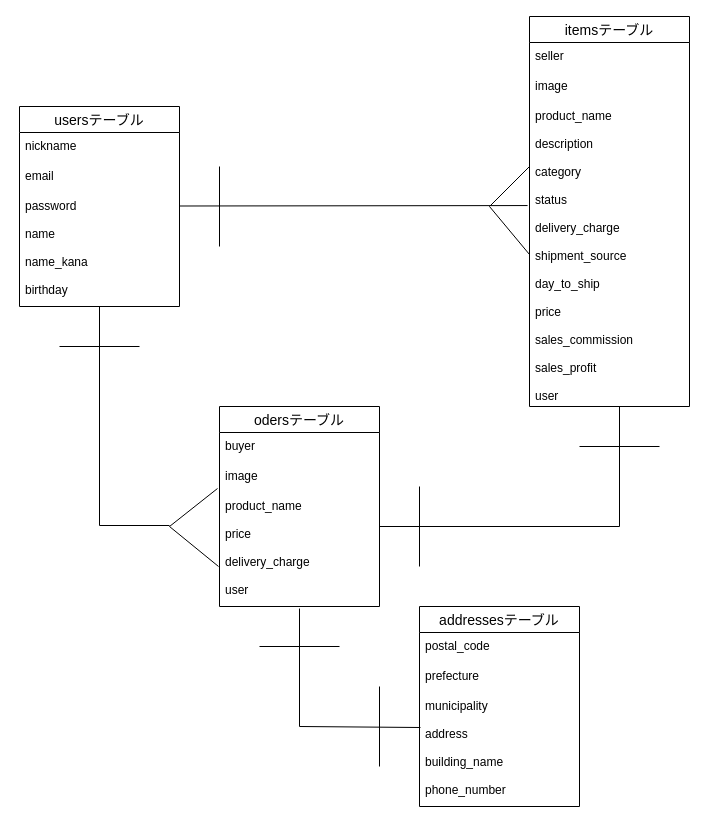
mizuha1230/furima-34287 keeps this draw.io diagram as furima.dio. Above is the earlier version. Source tidied: cells renumbered, new cells numbered last; positions are measured from the earlier drawing's top-left corner, leaving out a move shared by most shapes. Both pictures are drawn from the tidied source at 100%, with x=0, y=0 at pixel (19, 16).
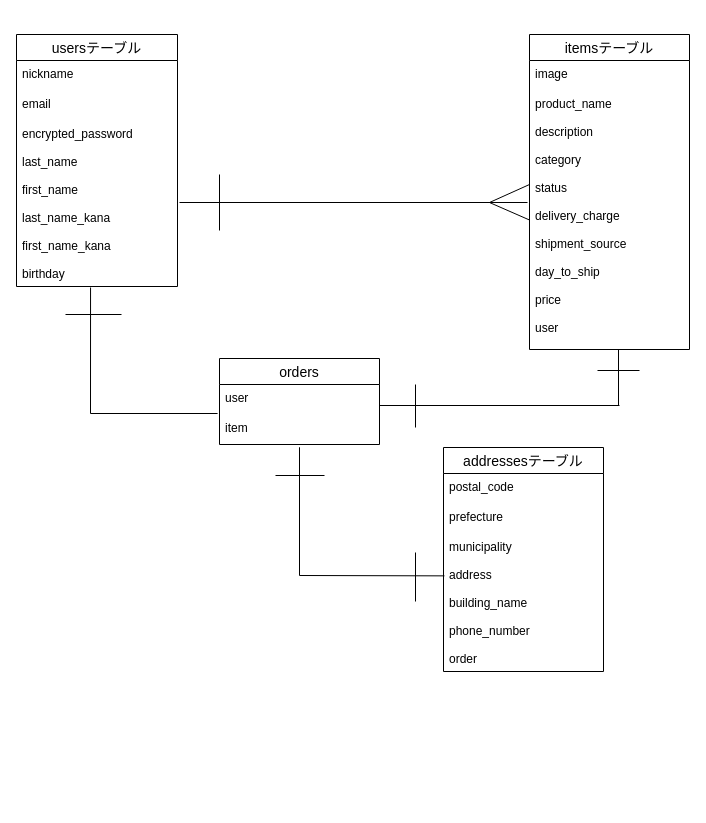
The same diagram, later.

Commit message (it also covers changes not shown here):
データベースの設計（編集）

The edit, as a diff of the source:
```diff
@@
     <mxCell id="2" value="usersテーブル" style="swimlane;fontStyle=0;horizontal=1;startSize=26;align=center;fontSize=14;" parent="1" vertex="1">
-      <mxGeometry y="90" width="160" height="200" as="geometry" />
+      <mxGeometry x="-3" y="18" width="161" height="252" as="geometry" />
     </mxCell>
     <mxCell id="3" value="nickname" style="text;strokeColor=none;fillColor=none;spacingLeft=4;spacingRight=4;overflow=hidden;fontSize=12;" parent="2" vertex="1">
-      <mxGeometry y="26" width="160" height="30" as="geometry" />
+      <mxGeometry y="26" width="161" height="30" as="geometry" />
     </mxCell>
     <mxCell id="4" value="email" style="text;strokeColor=none;fillColor=none;spacingLeft=4;spacingRight=4;overflow=hidden;fontSize=12;" parent="2" vertex="1">
-      <mxGeometry y="56" width="160" height="30" as="geometry" />
+      <mxGeometry y="56" width="161" height="30" as="geometry" />
     </mxCell>
-    <mxCell id="5" value="password&#10;&#10;name&#10;&#10;name_kana&#10;&#10;birthday" style="text;strokeColor=none;fillColor=none;spacingLeft=4;spacingRight=4;overflow=hidden;points=[[0,0.5],[1,0.5]];portConstraint=eastwest;fontSize=12;" parent="2" vertex="1">
-      <mxGeometry y="86" width="160" height="114" as="geometry" />
+    <mxCell id="5" value="encrypted_password&#10;&#10;last_name&#10;&#10;first_name&#10;&#10;last_name_kana&#10;&#10;first_name_kana&#10;&#10;birthday" style="text;strokeColor=none;fillColor=none;spacingLeft=4;spacingRight=4;overflow=hidden;points=[[0,0.5],[1,0.5]];portConstraint=eastwest;fontSize=12;" parent="2" vertex="1">
+      <mxGeometry y="86" width="161" height="166" as="geometry" />
     </mxCell>
     <mxCell id="6" value="itemsテーブル" style="swimlane;fontStyle=0;horizontal=1;startSize=26;align=center;fontSize=14;" parent="1" vertex="1">
-      <mxGeometry x="510" width="160" height="390" as="geometry" />
+      <mxGeometry x="510" y="18" width="160" height="315" as="geometry" />
     </mxCell>
-    <mxCell id="7" value="seller" style="text;strokeColor=none;fillColor=none;spacingLeft=4;spacingRight=4;overflow=hidden;fontSize=12;" parent="6" vertex="1">
-      <mxGeometry y="26" width="160" height="30" as="geometry" />
-    </mxCell>
     <mxCell id="8" value="image" style="text;strokeColor=none;fillColor=none;spacingLeft=4;spacingRight=4;overflow=hidden;fontSize=12;" parent="6" vertex="1">
-      <mxGeometry y="56" width="160" height="30" as="geometry" />
+      <mxGeometry y="26" width="160" height="30" as="geometry" />
     </mxCell>
-    <mxCell id="9" value="product_name&#10;&#10;description&#10;&#10;category&#10;&#10;status&#10;&#10;delivery_charge&#10;&#10;shipment_source&#10;&#10;day_to_ship&#10;&#10;price&#10;&#10;sales_commission&#10;&#10;sales_profit&#10;&#10;user&#10;" style="text;strokeColor=none;fillColor=none;spacingLeft=4;spacingRight=4;overflow=hidden;points=[[0,0.5],[1,0.5]];portConstraint=eastwest;fontSize=12;" parent="6" vertex="1">
-      <mxGeometry y="86" width="160" height="304" as="geometry" />
+    <mxCell id="9" value="product_name&#10;&#10;description&#10;&#10;category&#10;&#10;status&#10;&#10;delivery_charge&#10;&#10;shipment_source&#10;&#10;day_to_ship&#10;&#10;price&#10;&#10;user&#10;" style="text;strokeColor=none;fillColor=none;spacingLeft=4;spacingRight=4;overflow=hidden;points=[[0,0.5],[1,0.5]];portConstraint=eastwest;fontSize=12;" parent="6" vertex="1">
+      <mxGeometry y="56" width="160" height="259" as="geometry" />
     </mxCell>
     <mxCell id="10" style="endArrow=none;html=1;rounded=0;entryX=0;entryY=0.5;entryDx=0;entryDy=0;" parent="6" edge="1" target="9">
       <mxGeometry relative="1" as="geometry">
         <mxPoint y="150" as="sourcePoint" />
         <Array as="points">
-          <mxPoint x="-40" y="190" />
+          <mxPoint x="-40" y="168" />
         </Array>
       </mxGeometry>
     </mxCell>
-    <mxCell id="11" value="odersテーブル" style="swimlane;fontStyle=0;horizontal=1;startSize=26;align=center;fontSize=14;" parent="1" vertex="1">
-      <mxGeometry x="200" y="390" width="160" height="200" as="geometry" />
-    </mxCell>
-    <mxCell id="12" value="buyer" style="text;strokeColor=none;fillColor=none;spacingLeft=4;spacingRight=4;overflow=hidden;fontSize=12;" parent="11" vertex="1">
-      <mxGeometry y="26" width="160" height="30" as="geometry" />
-    </mxCell>
-    <mxCell id="13" value="image" style="text;strokeColor=none;fillColor=none;spacingLeft=4;spacingRight=4;overflow=hidden;fontSize=12;" parent="11" vertex="1">
-      <mxGeometry y="56" width="160" height="30" as="geometry" />
-    </mxCell>
-    <mxCell id="14" value="product_name&#10;&#10;price&#10;&#10;delivery_charge&#10;&#10;user" style="text;strokeColor=none;fillColor=none;spacingLeft=4;spacingRight=4;overflow=hidden;points=[[0,0.5],[1,0.5]];portConstraint=eastwest;fontSize=12;" parent="11" vertex="1">
-      <mxGeometry y="86" width="160" height="114" as="geometry" />
-    </mxCell>
-    <mxCell id="15" style="endArrow=none;html=1;rounded=0;exitX=-0.006;exitY=0.649;exitDx=0;exitDy=0;exitPerimeter=0;" parent="11" edge="1" source="14">
-      <mxGeometry relative="1" as="geometry">
-        <mxPoint x="-2" y="82" as="targetPoint" />
-        <Array as="points">
-          <mxPoint x="-50" y="120" />
-        </Array>
-      </mxGeometry>
-    </mxCell>
     <mxCell id="16" value="addressesテーブル" style="swimlane;fontStyle=0;horizontal=1;startSize=26;align=center;fontSize=14;" parent="1" vertex="1">
-      <mxGeometry x="400" y="590" width="160" height="200" as="geometry" />
+      <mxGeometry x="424" y="431" width="160" height="224" as="geometry" />
     </mxCell>
@@
-    <mxCell id="19" value="municipality&#10;&#10;address&#10;&#10;building_name&#10;&#10;phone_number" style="text;strokeColor=none;fillColor=none;spacingLeft=4;spacingRight=4;overflow=hidden;points=[[0,0.5],[1,0.5]];portConstraint=eastwest;fontSize=12;" parent="16" vertex="1">
-      <mxGeometry y="86" width="160" height="114" as="geometry" />
+    <mxCell id="19" value="municipality&#10;&#10;address&#10;&#10;building_name&#10;&#10;phone_number&#10;&#10;order" style="text;strokeColor=none;fillColor=none;spacingLeft=4;spacingRight=4;overflow=hidden;points=[[0,0.5],[1,0.5]];portConstraint=eastwest;fontSize=12;" parent="16" vertex="1">
+      <mxGeometry y="86" width="160" height="138" as="geometry" />
     </mxCell>
-    <mxCell id="20" style="endArrow=none;html=1;rounded=0;entryX=-0.012;entryY=0.339;entryDx=0;entryDy=0;entryPerimeter=0;" parent="1" edge="1" target="9">
+    <mxCell id="20" style="endArrow=none;html=1;rounded=0;" parent="1" edge="1">
       <mxGeometry relative="1" as="geometry">
-        <mxPoint x="160" y="189.5" as="sourcePoint" />
+        <mxPoint x="160" y="186" as="sourcePoint" />
+        <mxPoint x="508" y="186" as="targetPoint" />
+        <Array as="points">
+          <mxPoint x="508" y="186" />
+        </Array>
       </mxGeometry>
     </mxCell>
     <mxCell id="21" style="endArrow=none;html=1;rounded=0;" parent="1" edge="1">
       <mxGeometry relative="1" as="geometry">
-        <mxPoint x="200" y="230" as="sourcePoint" />
-        <mxPoint x="200" y="150" as="targetPoint" />
+        <mxPoint x="200" y="214" as="sourcePoint" />
+        <mxPoint x="200" y="158" as="targetPoint" />
       </mxGeometry>
     </mxCell>
     <mxCell id="22" style="endArrow=none;html=1;rounded=0;" parent="1" edge="1">
       <mxGeometry relative="1" as="geometry">
-        <mxPoint x="40" y="330" as="sourcePoint" />
-        <mxPoint x="120" y="330" as="targetPoint" />
+        <mxPoint x="46" y="298" as="sourcePoint" />
+        <mxPoint x="102" y="298" as="targetPoint" />
       </mxGeometry>
     </mxCell>
     <mxCell id="23" style="endArrow=none;html=1;rounded=0;" parent="1" edge="1">
       <mxGeometry relative="1" as="geometry">
-        <mxPoint x="600" y="390" as="sourcePoint" />
-        <mxPoint x="600" y="510" as="targetPoint" />
+        <mxPoint x="599" y="333" as="sourcePoint" />
+        <mxPoint x="599" y="389" as="targetPoint" />
       </mxGeometry>
     </mxCell>
-    <mxCell id="24" style="endArrow=none;html=1;rounded=0;" parent="1" edge="1">
-      <mxGeometry relative="1" as="geometry">
-        <mxPoint x="80" y="290" as="sourcePoint" />
-        <mxPoint x="150" y="509" as="targetPoint" />
-        <Array as="points">
-          <mxPoint x="80" y="509" />
-        </Array>
-      </mxGeometry>
-    </mxCell>
     <mxCell id="25" style="endArrow=none;html=1;rounded=0;" parent="1" edge="1">
       <mxGeometry relative="1" as="geometry">
-        <mxPoint x="360" y="510" as="sourcePoint" />
-        <mxPoint x="600" y="510" as="targetPoint" />
+        <mxPoint x="360" y="389" as="sourcePoint" />
+        <mxPoint x="600" y="389" as="targetPoint" />
       </mxGeometry>
     </mxCell>
     <mxCell id="26" style="endArrow=none;html=1;rounded=0;" parent="1" edge="1">
       <mxGeometry relative="1" as="geometry">
-        <mxPoint x="560" y="430" as="sourcePoint" />
-        <mxPoint x="640" y="430" as="targetPoint" />
+        <mxPoint x="578" y="354" as="sourcePoint" />
+        <mxPoint x="620" y="354" as="targetPoint" />
       </mxGeometry>
     </mxCell>
     <mxCell id="27" style="endArrow=none;html=1;rounded=0;" parent="1" edge="1">
       <mxGeometry relative="1" as="geometry">
-        <mxPoint x="400" y="470" as="sourcePoint" />
-        <mxPoint x="400" y="550" as="targetPoint" />
+        <mxPoint x="396" y="368" as="sourcePoint" />
+        <mxPoint x="396" y="411" as="targetPoint" />
       </mxGeometry>
     </mxCell>
-    <mxCell id="28" style="endArrow=none;html=1;rounded=0;exitX=0.5;exitY=1.018;exitDx=0;exitDy=0;exitPerimeter=0;entryX=0.006;entryY=0.307;entryDx=0;entryDy=0;entryPerimeter=0;" parent="1" edge="1" source="14" target="19">
+    <mxCell id="28" style="endArrow=none;html=1;rounded=0;exitX=0.5;exitY=1.018;exitDx=0;exitDy=0;exitPerimeter=0;entryX=0.006;entryY=0.307;entryDx=0;entryDy=0;entryPerimeter=0;" parent="1" edge="1" target="19">
       <mxGeometry relative="1" as="geometry">
+        <mxPoint x="280" y="452.1" as="sourcePoint" />
         <Array as="points">
-          <mxPoint x="280" y="710" />
+          <mxPoint x="280" y="431" />
+          <mxPoint x="280" y="559" />
         </Array>
       </mxGeometry>
     </mxCell>
     <mxCell id="29" style="endArrow=none;html=1;rounded=0;" parent="1" edge="1">
       <mxGeometry relative="1" as="geometry">
-        <mxPoint x="240" y="630" as="sourcePoint" />
-        <mxPoint x="320" y="630" as="targetPoint" />
+        <mxPoint x="256" y="459" as="sourcePoint" />
+        <mxPoint x="305" y="459" as="targetPoint" />
       </mxGeometry>
     </mxCell>
     <mxCell id="30" style="endArrow=none;html=1;rounded=0;" parent="1" edge="1">
       <mxGeometry relative="1" as="geometry">
-        <mxPoint x="360" y="670" as="sourcePoint" />
-        <mxPoint x="360" y="750" as="targetPoint" />
+        <mxPoint x="396" y="536" as="sourcePoint" />
+        <mxPoint x="396" y="585" as="targetPoint" />
       </mxGeometry>
     </mxCell>
+    <mxCell id="31" value="orders" style="swimlane;fontStyle=0;horizontal=1;startSize=26;align=center;fontSize=14;" parent="1" vertex="1">
+      <mxGeometry x="200" y="342" width="160" height="86" as="geometry" />
+    </mxCell>
+    <mxCell id="32" value="user" style="text;strokeColor=none;fillColor=none;spacingLeft=4;spacingRight=4;overflow=hidden;fontSize=12;" parent="31" vertex="1">
+      <mxGeometry y="26" width="160" height="30" as="geometry" />
+    </mxCell>
+    <mxCell id="33" value="item" style="text;strokeColor=none;fillColor=none;spacingLeft=4;spacingRight=4;overflow=hidden;points=[[0,0.5],[1,0.5]];portConstraint=eastwest;fontSize=12;" parent="31" vertex="1">
+      <mxGeometry y="56" width="160" height="30" as="geometry" />
+    </mxCell>
+    <mxCell id="34" style="endArrow=none;html=1;rounded=0;exitX=0.46;exitY=1.006;exitDx=0;exitDy=0;exitPerimeter=0;entryX=-0.012;entryY=-0.033;entryDx=0;entryDy=0;entryPerimeter=0;" parent="1" edge="1" source="5" target="33">
+      <mxGeometry relative="1" as="geometry">
+        <Array as="points">
+          <mxPoint x="71" y="397" />
+        </Array>
+      </mxGeometry>
+    </mxCell>
```
